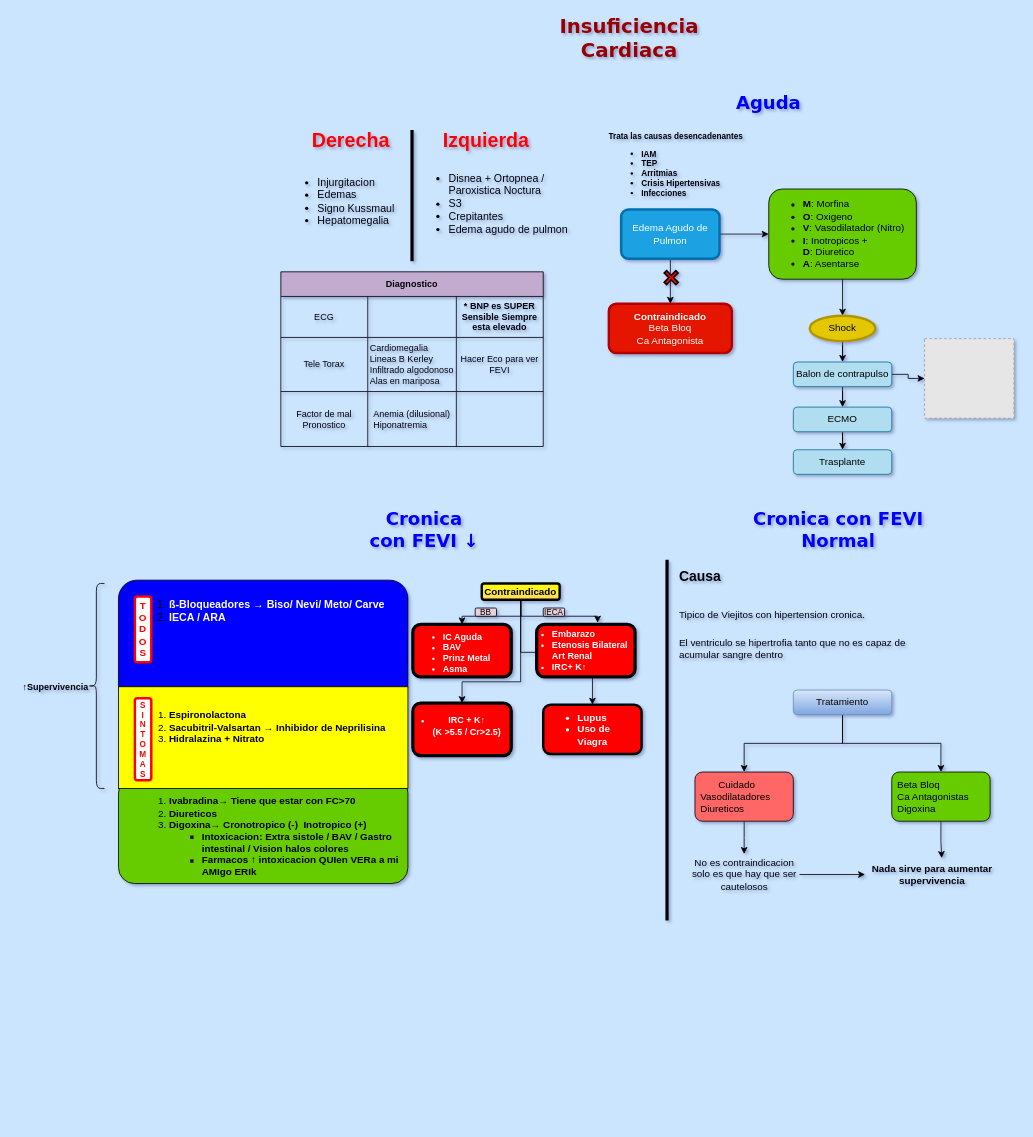
Santicabal/Apuntes keeps this draw.io diagram as Cardio 2.drawio. Above is the earlier version. Source tidied: cells renumbered, new cells numbered last; positions are measured from the earlier drawing's top-left corner, leaving out a move shared by most shapes. Both pictures are drawn from the tidied source at 82%, with x=0, y=0 at pixel (14, 25). Pictures stored in the file or linked from it are replaced by grey dashed boxes.
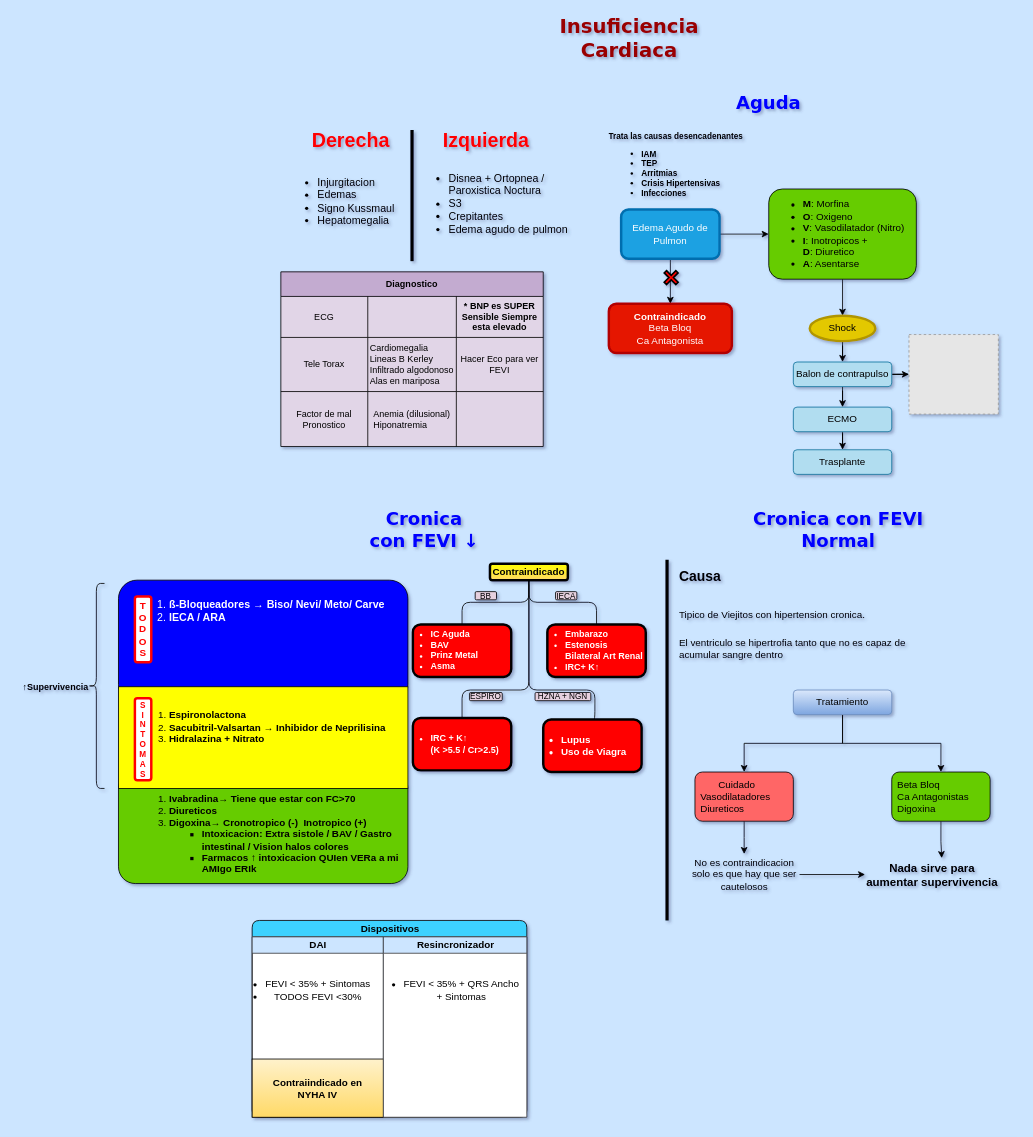
After the change.

Change to the diagram source:
```diff
@@
     <mxCell id="2" value="&lt;ul&gt;&lt;ol&gt;&lt;li&gt;&lt;b style=&quot;background-color: initial;&quot;&gt;Ivabradina→ Tiene que estar con FC&amp;gt;70&lt;/b&gt;&lt;br&gt;&lt;/li&gt;&lt;li&gt;&lt;b style=&quot;background-color: initial;&quot;&gt;Diureticos&lt;/b&gt;&lt;/li&gt;&lt;li&gt;&lt;b style=&quot;background-color: initial;&quot;&gt;Digoxina→ Cronotropico (-)&amp;nbsp; Inotropico (+)&lt;/b&gt;&lt;/li&gt;&lt;ul&gt;&lt;li&gt;&lt;b style=&quot;background-color: initial;&quot;&gt;Intoxicacion: Extra sistole / BAV / Gastro intestinal / Vision halos colores&lt;/b&gt;&lt;/li&gt;&lt;li&gt;&lt;b style=&quot;background-color: initial;&quot;&gt;Farmacos ↑ intoxicacion QUIen VERa a mi AMIgo ERIk&amp;nbsp;&lt;/b&gt;&lt;/li&gt;&lt;/ul&gt;&lt;/ol&gt;&lt;/ul&gt;" style="html=1;whiteSpace=wrap;align=left;rounded=1;fillColor=#66CC00;spacingLeft=-20;spacingBottom=-15;" parent="1" vertex="1">
-      <mxGeometry x="127" y="916" width="353" height="130" as="geometry" />
+      <mxGeometry x="127" y="910" width="353" height="136" as="geometry" />
     </mxCell>
-    <mxCell id="3" value="&lt;ul style=&quot;font-size: 13px;&quot;&gt;&lt;ol&gt;&lt;li&gt;&lt;font style=&quot;font-size: 13px;&quot; color=&quot;#ffffff&quot;&gt;&lt;b&gt;ß-Bloqueadores → Biso/ Nevi/ Meto/ Carve&lt;/b&gt;&lt;/font&gt;&lt;/li&gt;&lt;li&gt;&lt;font style=&quot;font-size: 13px;&quot; color=&quot;#ffffff&quot;&gt;&lt;b&gt;IECA / ARA&amp;nbsp;&lt;/b&gt;&lt;/font&gt;&lt;/li&gt;&lt;/ol&gt;&lt;/ul&gt;" style="html=1;whiteSpace=wrap;align=left;rounded=1;fillColor=#0000FF;spacingLeft=-20;spacingBottom=76;" parent="1" vertex="1">
+    <mxCell id="3" value="&lt;ul style=&quot;font-size: 13px;&quot;&gt;&lt;ol&gt;&lt;li&gt;&lt;font style=&quot;font-size: 13px;&quot;&gt;&lt;b&gt;ß-Bloqueadores → Biso/ Nevi/ Meto/ Carve&lt;/b&gt;&lt;/font&gt;&lt;/li&gt;&lt;li&gt;&lt;font style=&quot;font-size: 13px;&quot;&gt;&lt;b&gt;IECA / ARA&amp;nbsp;&lt;/b&gt;&lt;/font&gt;&lt;/li&gt;&lt;/ol&gt;&lt;/ul&gt;" style="html=1;whiteSpace=wrap;align=left;rounded=1;fillColor=#0000FF;spacingLeft=-20;spacingBottom=76;fontColor=#FFFFFF;" parent="1" vertex="1">
       <mxGeometry x="127" y="676" width="353" height="150" as="geometry" />
     </mxCell>
@@
-    <mxCell id="14" value="Diagnostico" style="shape=table;startSize=30;childLayout=tableLayout;strokeColor=default;fontSize=11;fillColor=#C3ABD0;fontStyle=1;" parent="1" vertex="1">
+    <mxCell id="14" value="Diagnostico" style="shape=table;startSize=30;childLayout=tableLayout;strokeColor=default;fontSize=11;fillColor=#C3ABD0;fontStyle=1;swimlaneFillColor=#E1D5E7;" parent="1" vertex="1">
       <mxGeometry x="325" y="300" width="320" height="213" as="geometry" />
     </mxCell>
@@
     <mxCell id="43" style="fillColor=#E6E6E6;strokeColor=#999999;dashed=1;html=1;verticalLabelPosition=bottom;verticalAlign=top;" parent="1" vertex="1">
-      <mxGeometry x="1110" y="381.5" width="109" height="97" as="geometry" />
+      <mxGeometry x="1091" y="376.5" width="109" height="97" as="geometry" />
     </mxCell>
@@
-    <mxCell id="57" value="&lt;b&gt;Nada sirve para aumentar supervivencia&lt;/b&gt;" style="text;html=1;strokeColor=none;fillColor=none;align=center;verticalAlign=middle;whiteSpace=wrap;rounded=0;" parent="1" vertex="1">
+    <mxCell id="57" value="&lt;span style=&quot;font-size: 14px;&quot;&gt;Nada sirve para aumentar supervivencia&lt;/span&gt;" style="text;html=1;strokeColor=none;fillColor=none;align=center;verticalAlign=middle;whiteSpace=wrap;rounded=0;fontSize=14;fontStyle=1;" parent="1" vertex="1">
       <mxGeometry x="1037.5" y="1020" width="162.5" height="30" as="geometry" />
     </mxCell>
-    <mxCell id="58" style="edgeStyle=elbowEdgeStyle;rounded=0;jettySize=auto;html=1;entryX=0.5;entryY=1;entryDx=0;entryDy=0;elbow=vertical;" parent="1" edge="1" source="62" target="63">
-      <mxGeometry relative="1" as="geometry">
-        <Array as="points">
-          <mxPoint x="618" y="720" />
-        </Array>
-      </mxGeometry>
+    <mxCell id="58" style="rounded=1;jettySize=auto;html=1;entryX=0.5;entryY=1;entryDx=0;entryDy=0;elbow=vertical;edgeStyle=orthogonalEdgeStyle;endArrow=none;" parent="1" edge="1" source="62" target="63">
+      <mxGeometry relative="1" as="geometry" />
     </mxCell>
+    <mxCell id="60" style="rounded=1;jettySize=auto;html=1;entryX=0.5;entryY=0;entryDx=0;entryDy=0;elbow=vertical;edgeStyle=orthogonalEdgeStyle;endArrow=none;" parent="1" edge="1" source="62" target="64">
+      <mxGeometry relative="1" as="geometry" />
+    </mxCell>
-    <mxCell id="59" style="edgeStyle=elbowEdgeStyle;rounded=0;jettySize=auto;html=1;exitX=0.5;exitY=1;exitDx=0;exitDy=0;elbow=vertical;" parent="1" edge="1" source="62" target="67">
+    <mxCell id="59" style="rounded=1;jettySize=auto;html=1;entryX=0.5;entryY=1;entryDx=0;entryDy=0;elbow=vertical;edgeStyle=orthogonalEdgeStyle;endArrow=none;" parent="1" edge="1" source="62" target="67">
       <mxGeometry relative="1" as="geometry">
         <Array as="points">
-          <mxPoint x="546" y="800" />
+          <mxPoint x="628" y="810" />
+          <mxPoint x="546" y="810" />
         </Array>
       </mxGeometry>
     </mxCell>
-    <mxCell id="60" style="edgeStyle=elbowEdgeStyle;rounded=0;jettySize=auto;html=1;entryX=0.619;entryY=-0.033;entryDx=0;entryDy=0;entryPerimeter=0;elbow=vertical;" parent="1" edge="1" source="62" target="64">
-      <mxGeometry relative="1" as="geometry">
-        <Array as="points">
-          <mxPoint x="670" y="720" />
-        </Array>
-      </mxGeometry>
-    </mxCell>
-    <mxCell id="61" style="edgeStyle=orthogonalEdgeStyle;rounded=0;jettySize=auto;html=1;" parent="1" edge="1" source="62" target="70">
-      <mxGeometry relative="1" as="geometry" />
+    <mxCell id="61" style="rounded=1;jettySize=auto;html=1;entryX=0.5;entryY=0;entryDx=0;entryDy=0;elbow=vertical;edgeStyle=orthogonalEdgeStyle;endArrow=none;" parent="1" edge="1" source="62" target="70">
+      <mxGeometry relative="1" as="geometry">
+        <Array as="points">
+          <mxPoint x="628" y="810" />
+          <mxPoint x="708" y="810" />
+        </Array>
+      </mxGeometry>
     </mxCell>
     <mxCell id="62" value="Contraindicado" style="text;html=1;strokeColor=#000000;fillColor=#FFFF00;align=center;verticalAlign=middle;whiteSpace=wrap;rounded=1;fontStyle=1;fontSize=12;labelBorderColor=none;strokeWidth=3;gradientColor=#ffd966;" parent="1" vertex="1">
-      <mxGeometry x="570" y="680" width="95" height="20" as="geometry" />
+      <mxGeometry x="580" y="656" width="95" height="20" as="geometry" />
     </mxCell>
-    <mxCell id="63" value="&lt;div style=&quot;text-align: right; font-size: 11px;&quot;&gt;&lt;br style=&quot;font-size: 11px;&quot;&gt;&lt;/div&gt;&lt;ul style=&quot;font-size: 11px;&quot;&gt;&lt;li style=&quot;text-align: left; font-size: 11px;&quot;&gt;IC Aguda&lt;/li&gt;&lt;li style=&quot;text-align: left; font-size: 11px;&quot;&gt;BAV&lt;/li&gt;&lt;li style=&quot;text-align: left; font-size: 11px;&quot;&gt;Prinz Metal&lt;/li&gt;&lt;li style=&quot;text-align: left; font-size: 11px;&quot;&gt;Asma&lt;/li&gt;&lt;/ul&gt;" style="rhombus;whiteSpace=wrap;html=1;align=center;fillColor=#FF0000;rounded=1;fontColor=#FFFFFF;fontStyle=1;shape=label;perimeter=rectanglePerimeter;verticalAlign=middle;strokeWidth=4;direction=west;fontSize=11;spacingLeft=-28;spacingBottom=0;spacingTop=-9;" parent="1" vertex="1">
+    <mxCell id="63" value="&lt;div style=&quot;font-size: 11px;&quot;&gt;&lt;br style=&quot;font-size: 11px;&quot;&gt;&lt;/div&gt;&lt;ul style=&quot;font-size: 11px;&quot;&gt;&lt;li style=&quot;font-size: 11px;&quot;&gt;IC Aguda&lt;/li&gt;&lt;li style=&quot;font-size: 11px;&quot;&gt;BAV&lt;/li&gt;&lt;li style=&quot;font-size: 11px;&quot;&gt;Prinz Metal&lt;/li&gt;&lt;li style=&quot;font-size: 11px;&quot;&gt;Asma&lt;/li&gt;&lt;/ul&gt;" style="rhombus;whiteSpace=wrap;html=1;align=left;fillColor=#FF0000;rounded=1;fontColor=#FFFFFF;fontStyle=1;shape=label;perimeter=rectanglePerimeter;verticalAlign=middle;strokeWidth=3;direction=west;fontSize=11;spacingLeft=-20;spacingBottom=0;spacingTop=-15;imageWidth=24;imageHeight=24;" parent="1" vertex="1">
       <mxGeometry x="486" y="730" width="120" height="64" as="geometry" />
     </mxCell>
-    <mxCell id="64" value="&lt;ul style=&quot;font-size: 11px;&quot;&gt;&lt;li style=&quot;font-size: 11px;&quot;&gt;Embarazo&lt;/li&gt;&lt;li style=&quot;font-size: 11px;&quot;&gt;Etenosis Bilateral Art Renal&lt;/li&gt;&lt;li style=&quot;font-size: 11px;&quot;&gt;IRC+ K↑&lt;/li&gt;&lt;/ul&gt;" style="rounded=1;whiteSpace=wrap;html=1;fontSize=11;align=left;spacingLeft=-23;fontStyle=1;fillColor=#FF0000;strokeWidth=4;fontColor=#FFFFFF;" parent="1" vertex="1">
-      <mxGeometry x="637" y="730" width="120" height="64" as="geometry" />
+    <mxCell id="64" value="&lt;ul style=&quot;font-size: 11px;&quot;&gt;&lt;li style=&quot;font-size: 11px;&quot;&gt;Embarazo&lt;/li&gt;&lt;li style=&quot;font-size: 11px;&quot;&gt;Estenosis Bilateral Art Renal&lt;/li&gt;&lt;li style=&quot;font-size: 11px;&quot;&gt;IRC+ K↑&lt;/li&gt;&lt;/ul&gt;" style="rounded=1;whiteSpace=wrap;html=1;fontSize=11;align=left;spacingLeft=-20;fontStyle=1;fillColor=#FF0000;strokeWidth=3;fontColor=#FFFFFF;imageWidth=24;imageHeight=24;" parent="1" vertex="1">
+      <mxGeometry x="650" y="730" width="120" height="64" as="geometry" />
     </mxCell>
     <mxCell id="65" value="BB" style="rounded=1;whiteSpace=wrap;html=1;fontSize=10;fillColor=#E6D0DE;" parent="1" vertex="1">
-      <mxGeometry x="562" y="710" width="26" height="10" as="geometry" />
+      <mxGeometry x="562" y="690" width="26" height="10" as="geometry" />
     </mxCell>
     <mxCell id="66" value="IECA" style="rounded=1;whiteSpace=wrap;html=1;fontSize=10;fillColor=#E6D0DE;" parent="1" vertex="1">
-      <mxGeometry x="645" y="710" width="26" height="10" as="geometry" />
+      <mxGeometry x="660" y="690" width="26" height="10" as="geometry" />
     </mxCell>
-    <mxCell id="67" value="&lt;div style=&quot;font-size: 11px;&quot;&gt;&lt;ul&gt;&lt;li&gt;IRC + K↑&lt;br&gt;(K &amp;gt;5.5 / Cr&amp;gt;2.5)&lt;/li&gt;&lt;/ul&gt;&lt;/div&gt;" style="rhombus;whiteSpace=wrap;html=1;align=center;fillColor=#FF0000;rounded=1;fontColor=#FFFFFF;fontStyle=1;shape=label;perimeter=rectanglePerimeter;verticalAlign=middle;strokeWidth=4;direction=west;fontSize=11;spacingLeft=-28;spacingBottom=0;spacingTop=-9;" parent="1" vertex="1">
-      <mxGeometry x="486" y="826" width="120" height="64" as="geometry" />
+    <mxCell id="67" value="&lt;div style=&quot;font-size: 11px;&quot;&gt;&lt;ul&gt;&lt;li&gt;IRC + K↑&lt;br&gt;(K &amp;gt;5.5 / Cr&amp;gt;2.5)&lt;/li&gt;&lt;/ul&gt;&lt;/div&gt;" style="rhombus;whiteSpace=wrap;html=1;align=left;fillColor=#FF0000;rounded=1;fontColor=#FFFFFF;fontStyle=1;shape=label;perimeter=rectanglePerimeter;verticalAlign=middle;strokeWidth=3;direction=west;fontSize=11;spacingLeft=-20;spacingBottom=0;spacingTop=0;imageWidth=24;imageHeight=24;" parent="1" vertex="1">
+      <mxGeometry x="486" y="844" width="120" height="64" as="geometry" />
     </mxCell>
@@
-    <mxCell id="70" value="&lt;ul&gt;&lt;li&gt;Lupus&lt;/li&gt;&lt;li&gt;Uso de Viagra&lt;/li&gt;&lt;/ul&gt;" style="whiteSpace=wrap;html=1;fillColor=#FF0000;strokeColor=#000000;gradientColor=none;rounded=1;fontStyle=1;labelBorderColor=none;strokeWidth=3;align=left;fontColor=#FFFFFF;" parent="1" vertex="1">
-      <mxGeometry x="645" y="828" width="120" height="60" as="geometry" />
+    <mxCell id="70" value="&lt;ul&gt;&lt;li&gt;Lupus&lt;/li&gt;&lt;li&gt;Uso de Viagra&lt;/li&gt;&lt;/ul&gt;" style="whiteSpace=wrap;html=1;fillColor=#FF0000;strokeColor=#000000;gradientColor=none;rounded=1;fontStyle=1;labelBorderColor=none;strokeWidth=3;align=left;fontColor=#FFFFFF;imageWidth=24;imageHeight=24;spacingLeft=-20;" parent="1" vertex="1">
+      <mxGeometry x="645" y="846" width="120" height="64" as="geometry" />
     </mxCell>
+    <mxCell id="71" value="HZNA + NGN" style="rounded=1;whiteSpace=wrap;html=1;fontSize=10;fillColor=#E6D0DE;" parent="1" vertex="1">
+      <mxGeometry x="635" y="813" width="68" height="10" as="geometry" />
+    </mxCell>
+    <mxCell id="72" value="ESPIRO" style="rounded=1;whiteSpace=wrap;html=1;fontSize=10;fillColor=#E6D0DE;" parent="1" vertex="1">
+      <mxGeometry x="555" y="813" width="40" height="10" as="geometry" />
+    </mxCell>
+    <mxCell id="73" value="Dispositivos" style="swimlane;startSize=20;html=1;rounded=1;fillColor=#3DD2FF;swimlaneFillColor=default;" parent="1" vertex="1">
+      <mxGeometry x="290" y="1091" width="335" height="240" as="geometry" />
+    </mxCell>
+    <mxCell id="74" value="DAI" style="swimlane;startSize=20;html=1;fillColor=#cce5ff;strokeColor=#36393d;" parent="73" vertex="1">
+      <mxGeometry y="20" width="160" height="220" as="geometry" />
+    </mxCell>
+    <mxCell id="75" value="Contraiindicado en&lt;br&gt;NYHA IV" style="whiteSpace=wrap;html=1;fillColor=#fff2cc;gradientColor=#ffd966;strokeColor=#000000;fontStyle=1;shadow=0;" parent="74" vertex="1">
+      <mxGeometry y="149" width="160" height="71" as="geometry" />
+    </mxCell>
+    <mxCell id="76" value="&lt;ul&gt;&lt;li&gt;FEVI &amp;lt; 35% + Sintomas&lt;/li&gt;&lt;li&gt;TODOS FEVI &amp;lt;30%&lt;/li&gt;&lt;/ul&gt;" style="text;html=1;align=center;verticalAlign=middle;strokeColor=none;fillColor=none;" parent="74" vertex="1">
+      <mxGeometry x="-35" y="19" width="190" height="91" as="geometry" />
+    </mxCell>
+    <mxCell id="77" value="Resincronizador" style="swimlane;startSize=20;html=1;fillColor=#cce5ff;strokeColor=#36393d;glass=0;swimlaneFillColor=default;" parent="73" vertex="1">
+      <mxGeometry x="160" y="20" width="175" height="220" as="geometry" />
+    </mxCell>
+    <mxCell id="78" value="&lt;ul&gt;&lt;li&gt;FEVI &amp;lt; 35% + QRS Ancho &lt;br&gt;+ Sintomas&lt;/li&gt;&lt;/ul&gt;" style="text;html=1;align=center;verticalAlign=middle;strokeColor=none;fillColor=none;" parent="77" vertex="1">
+      <mxGeometry x="-25" y="29.5" width="200" height="70" as="geometry" />
+    </mxCell>
```
